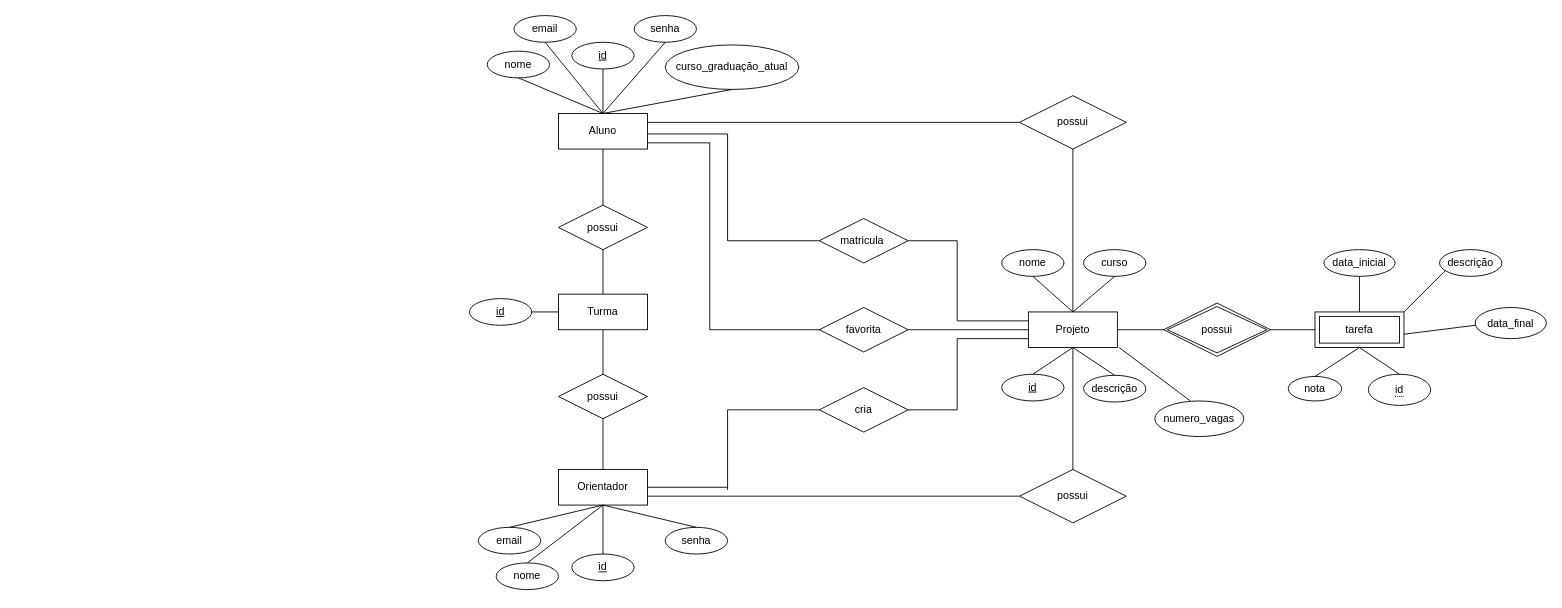
Above: page "DER" (5 of 6) of Sprint2/Sprint2.drawio in BabiDoo/TI2-GRUPO25 (draw.io), before the change. Source tidied: cells renumbered, new cells numbered last; positions are measured from the earlier drawing's top-left corner, leaving out a move shared by most shapes. Both pictures are drawn from the tidied source at 89%, with x=0, y=0 at pixel (469, 15).
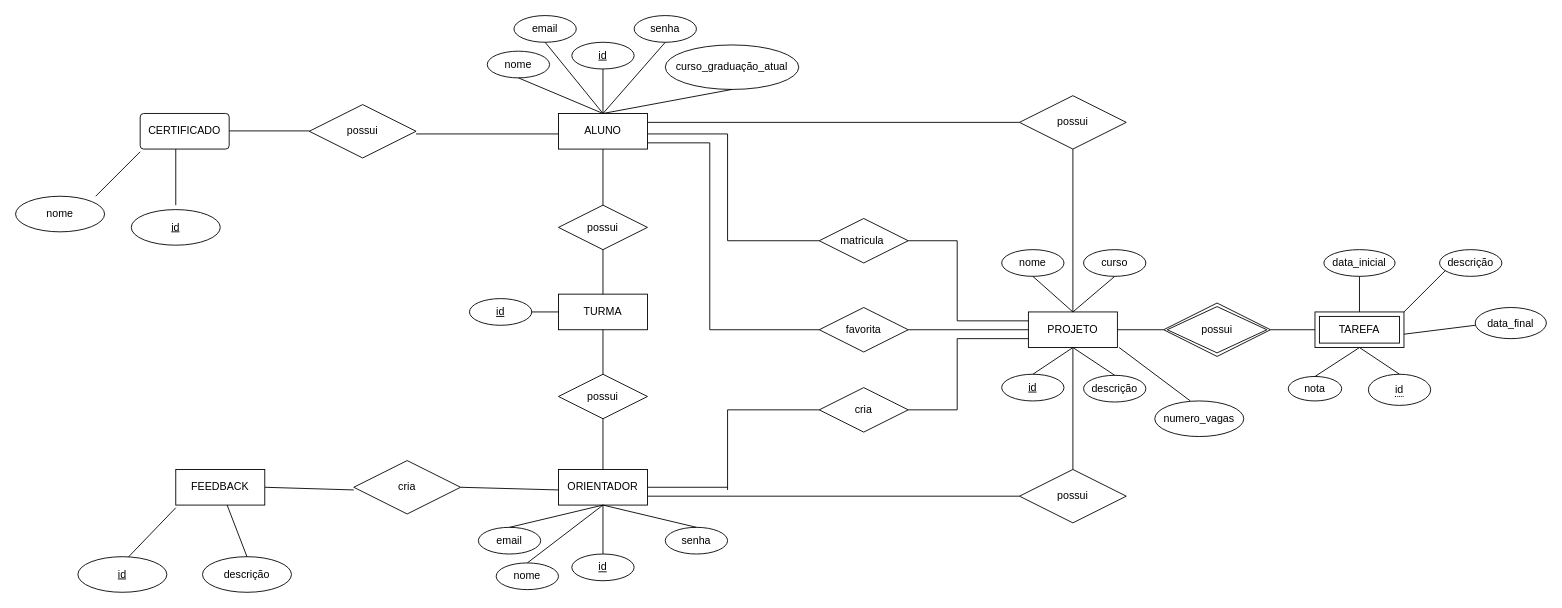
Above is the later version.

Commit message:
Novas entidades e relacoes Sprint2.drawio

What changed in the source:
```diff
@@
-    <mxCell id="2" value="Aluno" style="whiteSpace=wrap;html=1;align=center;" parent="1" vertex="1">
+    <mxCell id="2" value="ALUNO" style="whiteSpace=wrap;html=1;align=center;" parent="1" vertex="1">
       <mxGeometry x="100" y="110" width="100" height="40" as="geometry" />
     </mxCell>
@@
-    <mxCell id="14" value="Projeto" style="whiteSpace=wrap;html=1;align=center;" parent="1" vertex="1">
+    <mxCell id="14" value="PROJETO" style="whiteSpace=wrap;html=1;align=center;" parent="1" vertex="1">
       <mxGeometry x="628" y="333" width="100" height="40" as="geometry" />
     </mxCell>
@@
-    <mxCell id="18" value="Orientador" style="whiteSpace=wrap;html=1;align=center;" parent="1" vertex="1">
+    <mxCell id="18" value="ORIENTADOR" style="whiteSpace=wrap;html=1;align=center;" parent="1" vertex="1">
       <mxGeometry x="100" y="510" width="100" height="40" as="geometry" />
     </mxCell>
@@
-    <mxCell id="42" value="Turma" style="whiteSpace=wrap;html=1;align=center;" parent="1" vertex="1">
+    <mxCell id="42" value="TURMA" style="whiteSpace=wrap;html=1;align=center;" parent="1" vertex="1">
       <mxGeometry x="100" y="313" width="100" height="40" as="geometry" />
     </mxCell>
@@
-    <mxCell id="54" value="tarefa" style="shape=ext;margin=3;double=1;whiteSpace=wrap;html=1;align=center;" parent="1" vertex="1">
+    <mxCell id="54" value="TAREFA" style="shape=ext;margin=3;double=1;whiteSpace=wrap;html=1;align=center;" parent="1" vertex="1">
       <mxGeometry x="950" y="333" width="100" height="40" as="geometry" />
     </mxCell>
@@
+    <mxCell id="81" style="endArrow=none;html=1;rounded=0;" parent="1" edge="1">
+      <mxGeometry relative="1" as="geometry">
+        <mxPoint x="-60" y="133" as="sourcePoint" />
+        <mxPoint x="100" y="133" as="targetPoint" />
+      </mxGeometry>
+    </mxCell>
+    <mxCell id="82" value="possui" style="shape=rhombus;perimeter=rhombusPerimeter;whiteSpace=wrap;html=1;align=center;" parent="1" vertex="1">
+      <mxGeometry x="-180" y="100" width="120" height="60" as="geometry" />
+    </mxCell>
+    <mxCell id="83" style="endArrow=none;html=1;rounded=0;" parent="1" edge="1">
+      <mxGeometry relative="1" as="geometry">
+        <mxPoint x="-270" y="129.6" as="sourcePoint" />
+        <mxPoint x="-180" y="129.6" as="targetPoint" />
+      </mxGeometry>
+    </mxCell>
+    <mxCell id="84" value="CERTIFICADO" style="rounded=1;arcSize=10;whiteSpace=wrap;html=1;align=center;" parent="1" vertex="1">
+      <mxGeometry x="-370" y="110" width="100" height="40" as="geometry" />
+    </mxCell>
+    <mxCell id="85" style="endArrow=none;html=1;rounded=0;" parent="1" edge="1">
+      <mxGeometry relative="1" as="geometry">
+        <mxPoint x="-330" y="213" as="sourcePoint" />
+        <mxPoint x="-330" y="150" as="targetPoint" />
+      </mxGeometry>
+    </mxCell>
+    <mxCell id="86" value="id" style="ellipse;whiteSpace=wrap;html=1;align=center;fontStyle=4;" parent="1" vertex="1">
+      <mxGeometry x="-380" y="218" width="100" height="40" as="geometry" />
+    </mxCell>
+    <mxCell id="87" style="endArrow=none;html=1;rounded=0;" parent="1" edge="1">
+      <mxGeometry relative="1" as="geometry">
+        <mxPoint x="-420" y="203" as="sourcePoint" />
+        <mxPoint x="-370" y="153" as="targetPoint" />
+      </mxGeometry>
+    </mxCell>
+    <mxCell id="88" value="nome" style="ellipse;whiteSpace=wrap;html=1;align=center;" parent="1" vertex="1">
+      <mxGeometry x="-510" y="203" width="100" height="40" as="geometry" />
+    </mxCell>
+    <mxCell id="89" style="endArrow=none;html=1;rounded=0;exitX=1;exitY=0.5;exitDx=0;exitDy=0;" parent="1" edge="1" source="90">
+      <mxGeometry relative="1" as="geometry">
+        <mxPoint x="100" y="533" as="targetPoint" />
+      </mxGeometry>
+    </mxCell>
+    <mxCell id="90" value="cria" style="shape=rhombus;perimeter=rhombusPerimeter;whiteSpace=wrap;html=1;align=center;" parent="1" vertex="1">
+      <mxGeometry x="-130" y="500" width="120" height="60" as="geometry" />
+    </mxCell>
+    <mxCell id="91" style="endArrow=none;html=1;rounded=0;exitX=1;exitY=0.5;exitDx=0;exitDy=0;" parent="1" edge="1" source="92">
+      <mxGeometry relative="1" as="geometry">
+        <mxPoint x="-130" y="533" as="targetPoint" />
+      </mxGeometry>
+    </mxCell>
+    <mxCell id="92" value="FEEDBACK" style="whiteSpace=wrap;html=1;align=center;" parent="1" vertex="1">
+      <mxGeometry x="-330" y="510" width="100" height="40" as="geometry" />
+    </mxCell>
+    <mxCell id="93" style="endArrow=none;html=1;rounded=0;exitX=0.567;exitY=0.011;exitDx=0;exitDy=0;exitPerimeter=0;" parent="1" edge="1" source="94">
+      <mxGeometry relative="1" as="geometry">
+        <mxPoint x="-330" y="553" as="targetPoint" />
+      </mxGeometry>
+    </mxCell>
+    <mxCell id="94" value="id" style="ellipse;whiteSpace=wrap;html=1;align=center;fontStyle=4;" parent="1" vertex="1">
+      <mxGeometry x="-440" y="608" width="100" height="40" as="geometry" />
+    </mxCell>
+    <mxCell id="95" value="descrição" style="ellipse;whiteSpace=wrap;html=1;align=center;" parent="1" vertex="1">
+      <mxGeometry x="-300" y="608" width="100" height="40" as="geometry" />
+    </mxCell>
+    <mxCell id="96" style="endArrow=none;html=1;rounded=0;exitX=0.5;exitY=0;exitDx=0;exitDy=0;" parent="1" edge="1" source="95" target="92">
+      <mxGeometry relative="1" as="geometry" />
+    </mxCell>
```
